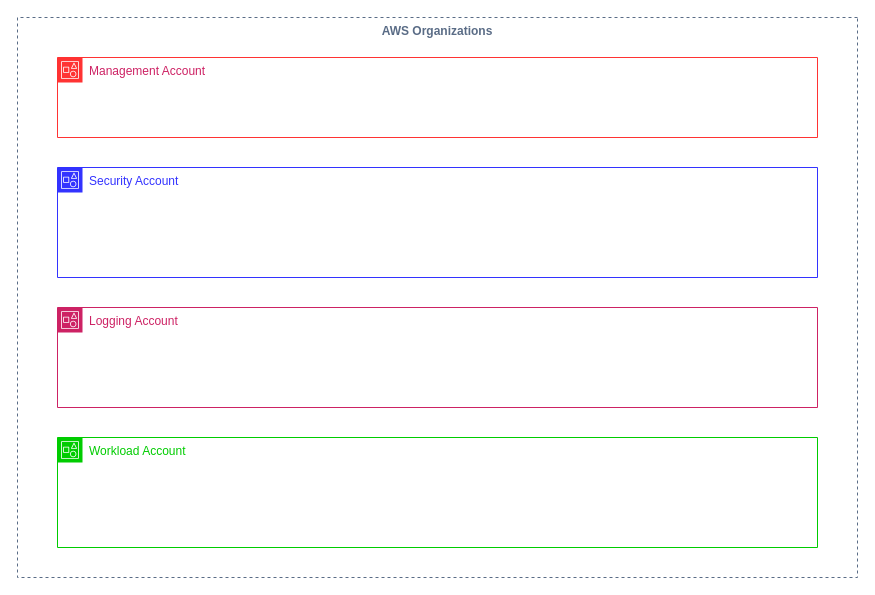
Above: docs/auto-rmf-architecture-data-plane.drawio in cloudsecgrc/auto-rmf (draw.io), before the change. Source tidied: cells renumbered, new cells numbered last; positions are measured from the earlier drawing's top-left corner, leaving out a move shared by most shapes. Both pictures are drawn from the tidied source at 100%, with x=0, y=0 at pixel (17, 17).
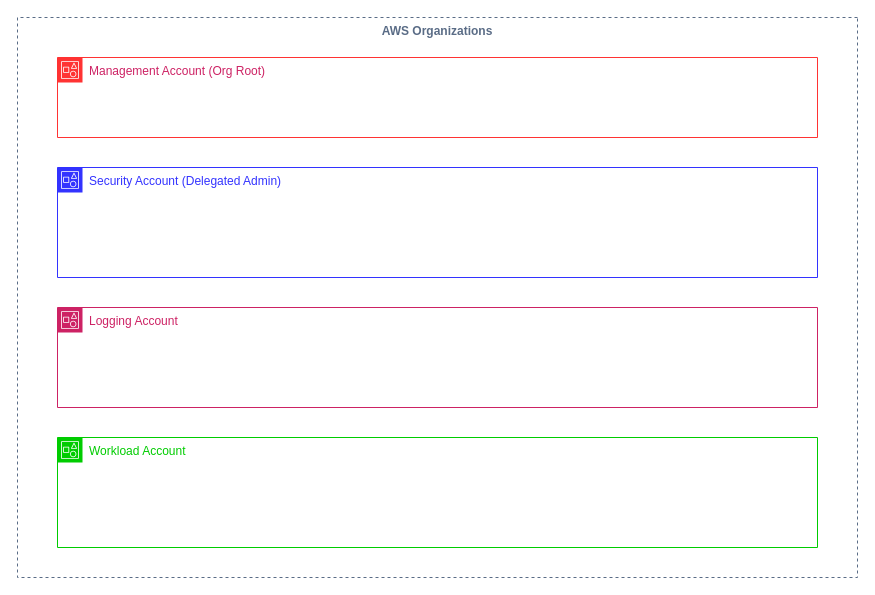
Above is the later version.

Diff of the diagram source:
```diff
@@
 <mxGraphModel>
   <root>
     <mxCell id="0" />
     <mxCell id="1" parent="0" />
     <mxCell id="2" value="&lt;b&gt;AWS Organizations&lt;/b&gt;" style="fillColor=none;strokeColor=#5A6C86;dashed=1;verticalAlign=top;fontStyle=0;fontColor=#5A6C86;whiteSpace=wrap;html=1;flipH=1;" parent="1" vertex="1">
       <mxGeometry width="840" height="560" as="geometry" />
     </mxCell>
-    <mxCell id="3" value="Management Account" style="gradientColor=none;html=1;whiteSpace=wrap;fontSize=12;fontStyle=0;shape=mxgraph.aws4.group;grIcon=mxgraph.aws4.group_account;strokeColor=#FF3333;fillColor=none;verticalAlign=top;align=left;spacingLeft=30;fontColor=#CD2264;dashed=0;" parent="1" vertex="1">
+    <mxCell id="3" value="Management Account (Org Root)" style="gradientColor=none;html=1;whiteSpace=wrap;fontSize=12;fontStyle=0;shape=mxgraph.aws4.group;grIcon=mxgraph.aws4.group_account;strokeColor=#FF3333;fillColor=none;verticalAlign=top;align=left;spacingLeft=30;fontColor=#CD2264;dashed=0;" parent="1" vertex="1">
       <mxGeometry x="40" y="40" width="760" height="80" as="geometry" />
     </mxCell>
-    <mxCell id="4" value="Security Account" style="gradientColor=none;html=1;whiteSpace=wrap;fontSize=12;fontStyle=0;shape=mxgraph.aws4.group;grIcon=mxgraph.aws4.group_account;strokeColor=#3333FF;fillColor=none;verticalAlign=top;align=left;spacingLeft=30;fontColor=#3333FF;dashed=0;" parent="1" vertex="1">
+    <mxCell id="4" value="Security Account (Delegated Admin)" style="gradientColor=none;html=1;whiteSpace=wrap;fontSize=12;fontStyle=0;shape=mxgraph.aws4.group;grIcon=mxgraph.aws4.group_account;strokeColor=#3333FF;fillColor=none;verticalAlign=top;align=left;spacingLeft=30;fontColor=#3333FF;dashed=0;" parent="1" vertex="1">
       <mxGeometry x="40" y="150" width="760" height="110" as="geometry" />
     </mxCell>
     <mxCell id="5" value="Logging Account" style="gradientColor=none;html=1;whiteSpace=wrap;fontSize=12;fontStyle=0;shape=mxgraph.aws4.group;grIcon=mxgraph.aws4.group_account;strokeColor=#CD2264;fillColor=none;verticalAlign=top;align=left;spacingLeft=30;fontColor=#CD2264;dashed=0;" parent="1" vertex="1">
       <mxGeometry x="40" y="290" width="760" height="100" as="geometry" />
     </mxCell>
     <mxCell id="6" value="Workload Account" style="gradientColor=none;html=1;whiteSpace=wrap;fontSize=12;fontStyle=0;shape=mxgraph.aws4.group;grIcon=mxgraph.aws4.group_account;strokeColor=#00CC00;fillColor=none;verticalAlign=top;align=left;spacingLeft=30;fontColor=#00CC00;dashed=0;" parent="1" vertex="1">
       <mxGeometry x="40" y="420" width="760" height="110" as="geometry" />
     </mxCell>
   </root>
 </mxGraphModel>
```
